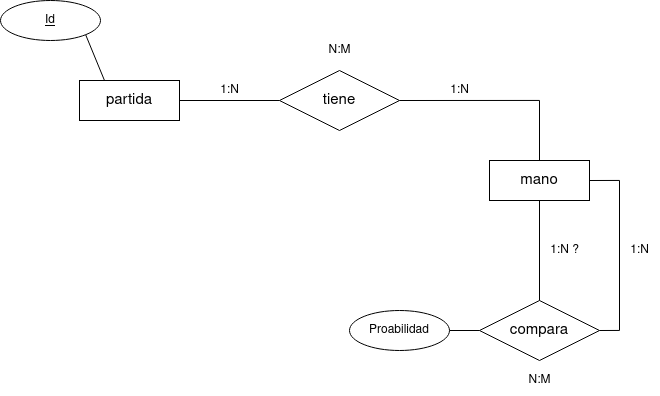
Before: doc/diagrama_entidad_relacion/diagrama_entidad_relacion.png, a diagram exported from draw.io (jdabrante/proyecto_ets). Source tidied: cells renumbered, new cells last; positions are measured from the earlier drawing's top-left corner, leaving out a move shared by most shapes.
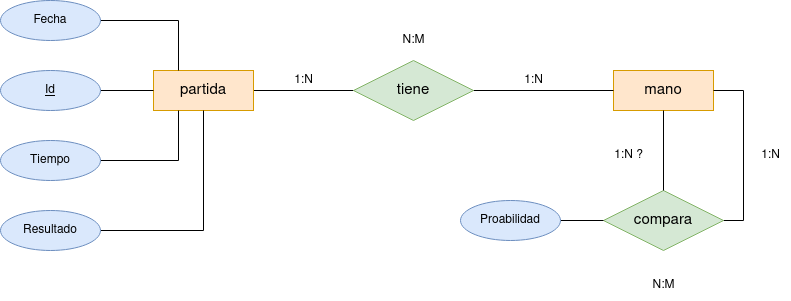
After the change.

Change to the diagram source:
```diff
@@ -2,59 +2,77 @@
   <root>
     <mxCell id="0" />
     <mxCell id="1" parent="0" />
-    <mxCell id="2" style="edgeStyle=orthogonalEdgeStyle;rounded=0;jettySize=auto;html=1;exitX=1;exitY=0.5;exitDx=0;exitDy=0;entryX=0;entryY=0.5;entryDx=0;entryDy=0;endArrow=none;endFill=0;" parent="1" edge="1" source="3" target="9">
+    <mxCell id="2" style="edgeStyle=orthogonalEdgeStyle;rounded=0;jettySize=auto;html=1;exitX=1;exitY=0.5;exitDx=0;exitDy=0;entryX=0;entryY=0.5;entryDx=0;entryDy=0;endArrow=none;endFill=0;startArrow=none;startFill=0;" parent="1" edge="1" source="3" target="9">
       <mxGeometry relative="1" as="geometry" />
     </mxCell>
-    <mxCell id="3" value="partida" style="whiteSpace=wrap;html=1;align=center;fontSize=15;" parent="1" vertex="1">
-      <mxGeometry x="79" y="80" width="100" height="40" as="geometry" />
+    <mxCell id="3" value="partida" style="whiteSpace=wrap;html=1;align=center;fontSize=15;fillColor=#ffe6cc;strokeColor=#d79b00;" parent="1" vertex="1">
+      <mxGeometry x="93" y="-180" width="100" height="40" as="geometry" />
     </mxCell>
-    <mxCell id="4" value="mano" style="whiteSpace=wrap;html=1;align=center;fontSize=15;" parent="1" vertex="1">
-      <mxGeometry x="489" y="160" width="100" height="40" as="geometry" />
+    <mxCell id="4" value="mano" style="whiteSpace=wrap;html=1;align=center;fontSize=15;fillColor=#ffe6cc;strokeColor=#d79b00;" parent="1" vertex="1">
+      <mxGeometry x="553" y="-180" width="100" height="40" as="geometry" />
     </mxCell>
     <mxCell id="5" style="edgeStyle=orthogonalEdgeStyle;rounded=0;jettySize=auto;html=1;exitX=1;exitY=0.5;exitDx=0;exitDy=0;entryX=1;entryY=0.5;entryDx=0;entryDy=0;endArrow=none;endFill=0;" parent="1" edge="1" source="6" target="4">
       <mxGeometry relative="1" as="geometry" />
     </mxCell>
-    <mxCell id="6" value="compara" style="shape=rhombus;perimeter=rhombusPerimeter;whiteSpace=wrap;html=1;align=center;fontSize=15;" parent="1" vertex="1">
-      <mxGeometry x="479" y="300" width="120" height="60" as="geometry" />
+    <mxCell id="6" value="compara" style="shape=rhombus;perimeter=rhombusPerimeter;whiteSpace=wrap;html=1;align=center;fontSize=15;fillColor=#d5e8d4;strokeColor=#82b366;" parent="1" vertex="1">
+      <mxGeometry x="543" y="-60" width="120" height="60" as="geometry" />
     </mxCell>
-    <mxCell id="7" style="endArrow=none;html=1;rounded=0;exitX=0.5;exitY=1;exitDx=0;exitDy=0;entryX=0.5;entryY=0;entryDx=0;entryDy=0;" parent="1" edge="1" source="4" target="6">
+    <mxCell id="7" style="endArrow=none;html=1;rounded=0;exitX=0.5;exitY=1;exitDx=0;exitDy=0;entryX=0.5;entryY=0;entryDx=0;entryDy=0;endFill=0;startArrow=none;startFill=0;" parent="1" edge="1" source="4" target="6">
       <mxGeometry relative="1" as="geometry" />
     </mxCell>
-    <mxCell id="8" style="edgeStyle=orthogonalEdgeStyle;rounded=0;jettySize=auto;html=1;exitX=1;exitY=0.5;exitDx=0;exitDy=0;entryX=0.5;entryY=0;entryDx=0;entryDy=0;endArrow=none;endFill=0;" parent="1" edge="1" source="9" target="4">
+    <mxCell id="8" style="edgeStyle=orthogonalEdgeStyle;rounded=0;jettySize=auto;html=1;exitX=1;exitY=0.5;exitDx=0;exitDy=0;entryX=0;entryY=0.5;entryDx=0;entryDy=0;endArrow=none;endFill=0;" parent="1" edge="1" source="9" target="4">
       <mxGeometry relative="1" as="geometry" />
     </mxCell>
-    <mxCell id="9" value="tiene" style="shape=rhombus;perimeter=rhombusPerimeter;whiteSpace=wrap;html=1;align=center;fontSize=15;" parent="1" vertex="1">
-      <mxGeometry x="279" y="70" width="120" height="60" as="geometry" />
+    <mxCell id="9" value="tiene" style="shape=rhombus;perimeter=rhombusPerimeter;whiteSpace=wrap;html=1;align=center;fontSize=15;fillColor=#d5e8d4;strokeColor=#82b366;" parent="1" vertex="1">
+      <mxGeometry x="293" y="-190" width="120" height="60" as="geometry" />
     </mxCell>
     <mxCell id="10" value="1:N" style="text;html=1;align=center;verticalAlign=middle;strokeColor=none;fillColor=none;" parent="1" vertex="1">
-      <mxGeometry x="439" y="75" width="40" height="30" as="geometry" />
+      <mxGeometry x="453" y="-185" width="40" height="30" as="geometry" />
     </mxCell>
     <mxCell id="11" value="1:N" style="text;html=1;align=center;verticalAlign=middle;strokeColor=none;fillColor=none;" parent="1" vertex="1">
-      <mxGeometry x="209" y="75" width="40" height="30" as="geometry" />
+      <mxGeometry x="223" y="-185" width="40" height="30" as="geometry" />
     </mxCell>
     <mxCell id="12" value="N:M" style="text;html=1;align=center;verticalAlign=middle;strokeColor=none;fillColor=none;" parent="1" vertex="1">
-      <mxGeometry x="314" y="35" width="50" height="30" as="geometry" />
+      <mxGeometry x="328" y="-225" width="50" height="30" as="geometry" />
     </mxCell>
     <mxCell id="13" value="1:N" style="text;html=1;align=center;verticalAlign=middle;strokeColor=none;fillColor=none;" parent="1" vertex="1">
-      <mxGeometry x="619" y="235" width="40" height="30" as="geometry" />
+      <mxGeometry x="690" y="-110" width="40" height="30" as="geometry" />
     </mxCell>
     <mxCell id="14" value="1:N ?" style="text;html=1;align=center;verticalAlign=middle;strokeColor=none;fillColor=none;" parent="1" vertex="1">
-      <mxGeometry x="539" y="235" width="50" height="30" as="geometry" />
+      <mxGeometry x="543" y="-110" width="50" height="30" as="geometry" />
     </mxCell>
     <mxCell id="15" value="N:M" style="text;html=1;align=center;verticalAlign=middle;strokeColor=none;fillColor=none;" parent="1" vertex="1">
-      <mxGeometry x="514" y="365" width="50" height="30" as="geometry" />
+      <mxGeometry x="578" y="20" width="50" height="30" as="geometry" />
     </mxCell>
     <mxCell id="16" style="edgeStyle=orthogonalEdgeStyle;rounded=0;jettySize=auto;html=1;exitX=1;exitY=0.5;exitDx=0;exitDy=0;entryX=0;entryY=0.5;entryDx=0;entryDy=0;endArrow=none;endFill=0;" parent="1" edge="1" source="17" target="6">
       <mxGeometry relative="1" as="geometry" />
     </mxCell>
-    <mxCell id="17" value="Proabilidad" style="ellipse;whiteSpace=wrap;html=1;align=center;" parent="1" vertex="1">
-      <mxGeometry x="349" y="310" width="100" height="40" as="geometry" />
+    <mxCell id="17" value="Proabilidad" style="ellipse;whiteSpace=wrap;html=1;align=center;fillColor=#dae8fc;strokeColor=#6c8ebf;" parent="1" vertex="1">
+      <mxGeometry x="400" y="-50" width="100" height="40" as="geometry" />
     </mxCell>
-    <mxCell id="18" style="rounded=0;jettySize=auto;html=1;exitX=1;exitY=1;exitDx=0;exitDy=0;entryX=0.25;entryY=0;entryDx=0;entryDy=0;endArrow=none;endFill=0;" parent="1" edge="1" source="19" target="3">
+    <mxCell id="18" style="edgeStyle=orthogonalEdgeStyle;rounded=0;jettySize=auto;html=1;endArrow=none;endFill=0;" parent="1" edge="1" source="19" target="3">
       <mxGeometry relative="1" as="geometry" />
     </mxCell>
-    <mxCell id="19" value="Id" style="ellipse;whiteSpace=wrap;html=1;align=center;fontStyle=4;" parent="1" vertex="1">
-      <mxGeometry width="100" height="40" as="geometry" />
+    <mxCell id="19" value="Id" style="ellipse;whiteSpace=wrap;html=1;align=center;fontStyle=4;fillColor=#dae8fc;strokeColor=#6c8ebf;" parent="1" vertex="1">
+      <mxGeometry x="-60" y="-180" width="100" height="40" as="geometry" />
     </mxCell>
+    <mxCell id="20" style="edgeStyle=orthogonalEdgeStyle;rounded=0;jettySize=auto;html=1;exitX=1;exitY=0.5;exitDx=0;exitDy=0;entryX=0.25;entryY=0;entryDx=0;entryDy=0;endArrow=none;endFill=0;" parent="1" edge="1" source="21" target="3">
+      <mxGeometry relative="1" as="geometry" />
+    </mxCell>
+    <mxCell id="21" value="Fecha" style="ellipse;whiteSpace=wrap;html=1;align=center;fillColor=#dae8fc;strokeColor=#6c8ebf;" parent="1" vertex="1">
+      <mxGeometry x="-60" y="-250" width="100" height="40" as="geometry" />
+    </mxCell>
+    <mxCell id="22" style="edgeStyle=orthogonalEdgeStyle;rounded=0;jettySize=auto;html=1;exitX=1;exitY=0.5;exitDx=0;exitDy=0;entryX=0.25;entryY=1;entryDx=0;entryDy=0;endArrow=none;endFill=0;" parent="1" edge="1" source="23" target="3">
+      <mxGeometry relative="1" as="geometry" />
+    </mxCell>
+    <mxCell id="23" value="Tiempo" style="ellipse;whiteSpace=wrap;html=1;align=center;fillColor=#dae8fc;strokeColor=#6c8ebf;" parent="1" vertex="1">
+      <mxGeometry x="-60" y="-110" width="100" height="40" as="geometry" />
+    </mxCell>
+    <mxCell id="24" style="edgeStyle=orthogonalEdgeStyle;rounded=0;jettySize=auto;html=1;exitX=1;exitY=0.5;exitDx=0;exitDy=0;endArrow=none;endFill=0;" parent="1" edge="1" source="25" target="3">
+      <mxGeometry relative="1" as="geometry" />
+    </mxCell>
+    <mxCell id="25" value="Resultado" style="ellipse;whiteSpace=wrap;html=1;align=center;fillColor=#dae8fc;strokeColor=#6c8ebf;" parent="1" vertex="1">
+      <mxGeometry x="-60" y="-40" width="100" height="40" as="geometry" />
+    </mxCell>
   </root>
 </mxGraphModel>
```
